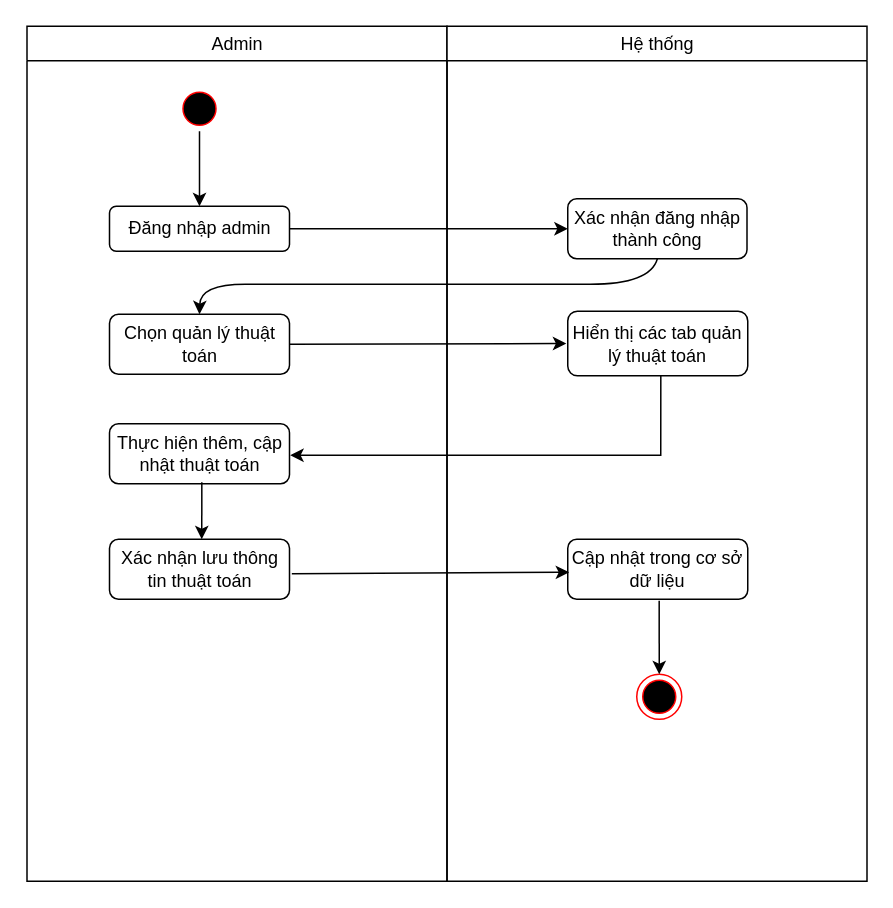
Before: ADOrder.drawio in lesongvi/dhelpproject, a draw.io diagram. Source tidied: cells renumbered, new cells numbered last; positions are measured from the earlier drawing's top-left corner, leaving out a move shared by most shapes. Both pictures are drawn from the tidied source at 150%, with x=0, y=0 at pixel (26, 26).
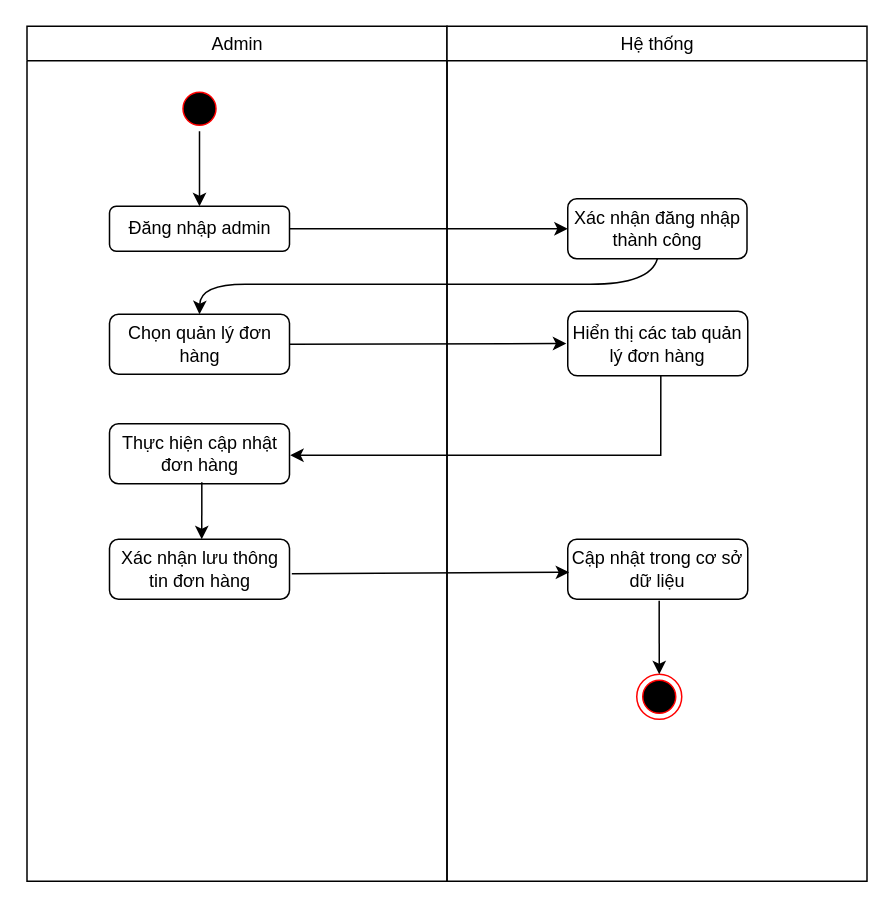
The same diagram, later.

Unchanged cells that the change refers to:
```xml
<mxCell id="2" value="Admin" style="swimlane;whiteSpace=wrap;fontStyle=0;" parent="1" vertex="1">
  <mxGeometry x="0.5" width="280" height="570" as="geometry" />
</mxCell>
<mxCell id="10" value="Hệ thống" style="swimlane;whiteSpace=wrap;fontStyle=0;" parent="1" vertex="1">
  <mxGeometry x="280.5" width="280" height="570" as="geometry" />
</mxCell>
```

The edit, as a diff of the source:
```diff
@@
-    <mxCell id="6" value="Chọn quản lý thuật toán" style="rounded=1;whiteSpace=wrap;html=1;" parent="2" vertex="1">
+    <mxCell id="6" value="Chọn quản lý đơn hàng" style="rounded=1;whiteSpace=wrap;html=1;" parent="2" vertex="1">
       <mxGeometry x="55" y="192" width="120" height="40" as="geometry" />
     </mxCell>
-    <mxCell id="7" value="Thực hiện thêm, cập nhật thuật toán" style="rounded=1;whiteSpace=wrap;html=1;" parent="2" vertex="1">
+    <mxCell id="7" value="Thực hiện cập nhật đơn hàng" style="rounded=1;whiteSpace=wrap;html=1;" parent="2" vertex="1">
       <mxGeometry x="55" y="265" width="120" height="40" as="geometry" />
     </mxCell>
-    <mxCell id="8" value="Xác nhận lưu thông tin thuật toán" style="rounded=1;whiteSpace=wrap;html=1;" parent="2" vertex="1">
+    <mxCell id="8" value="Xác nhận lưu thông tin đơn hàng" style="rounded=1;whiteSpace=wrap;html=1;" parent="2" vertex="1">
       <mxGeometry x="55" y="342" width="120" height="40" as="geometry" />
     </mxCell>
@@
-    <mxCell id="13" value="Hiển thị các tab quản lý thuật toán" style="rounded=1;whiteSpace=wrap;html=1;" parent="10" vertex="1">
+    <mxCell id="13" value="Hiển thị các tab quản lý đơn hàng" style="rounded=1;whiteSpace=wrap;html=1;" parent="10" vertex="1">
       <mxGeometry x="80.5" y="190" width="120" height="43" as="geometry" />
     </mxCell>
```
